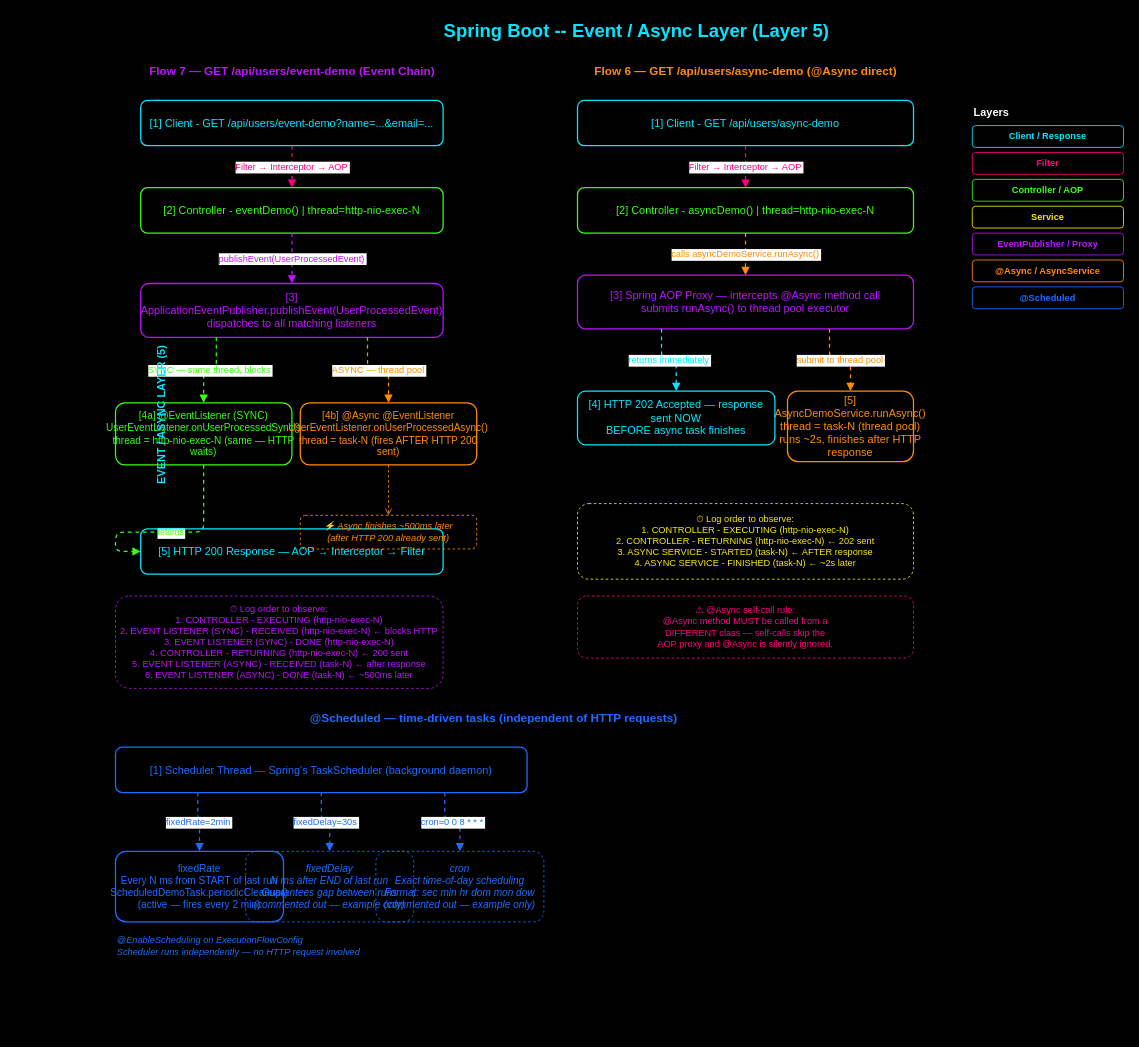
The draw.io diagram page "Event / Async Layer (Layer 5)" (3 of 3) of drawio/spring-boot-neon-flow.drawio in Logi2110/Springboot-Flow, before the edit. Source tidied: cells renumbered, new cells numbered last; positions are measured from the earlier drawing's top-left corner, leaving out a move shared by most shapes. Both pictures are drawn from the tidied source at 84%, with x=0, y=0 at pixel (76, 14).
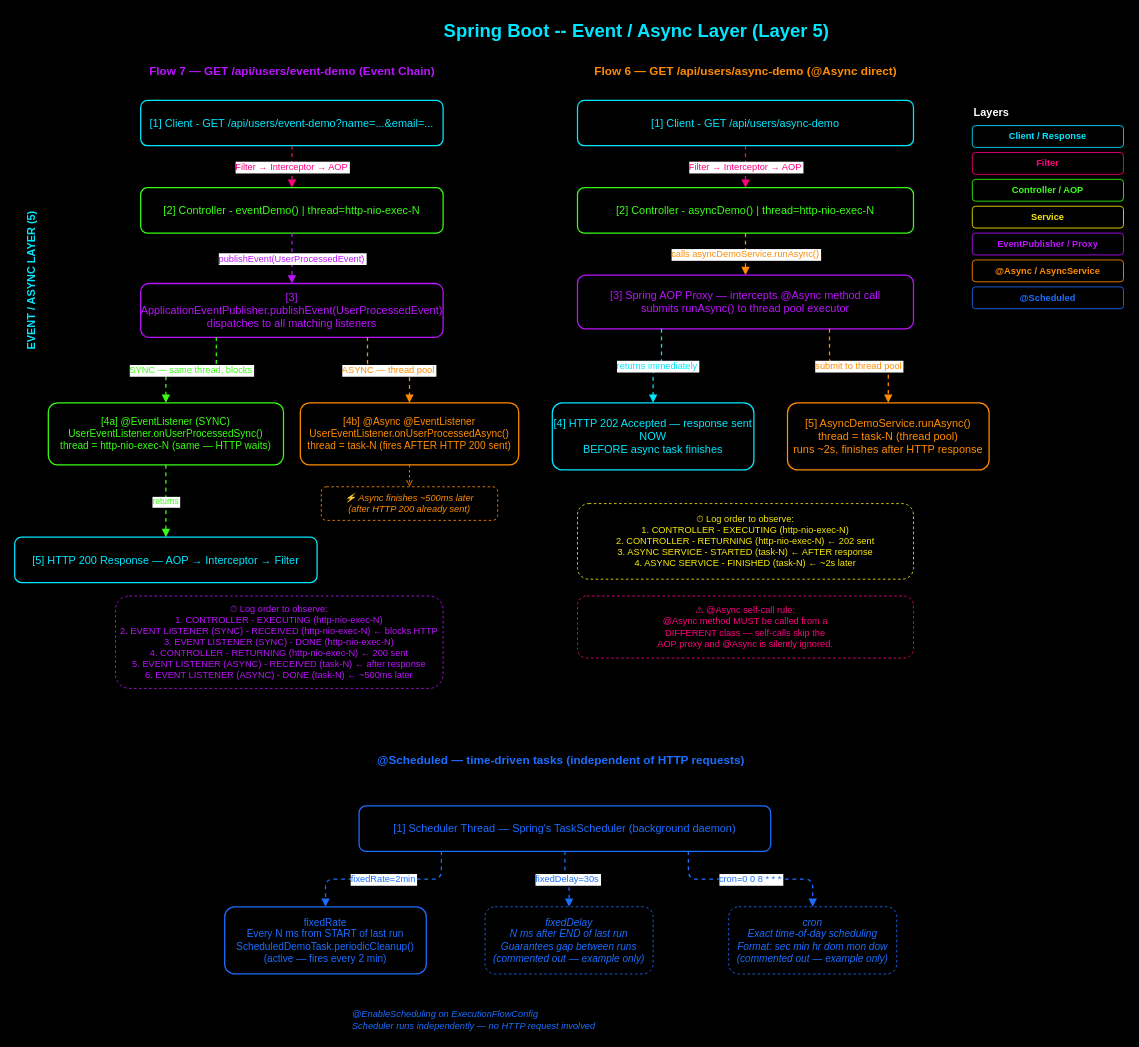
The same page after the edit.

Change to the diagram source:
```diff
@@
     <mxCell id="11" value="[4a] @EventListener (SYNC)&#10;UserEventListener.onUserProcessedSync()&#10;thread = http-nio-exec-N (same — HTTP waits)" style="rounded=1;whiteSpace=wrap;html=1;fillColor=none;strokeColor=#39FF14;strokeWidth=1.5;fontColor=#39FF14;fontStyle=0;fontSize=12;shadow=0;" parent="1" vertex="1">
-      <mxGeometry x="46" y="462" width="210" height="74" as="geometry" />
+      <mxGeometry x="-34" y="462" width="280" height="74" as="geometry" />
     </mxCell>
     <mxCell id="12" value="[4b] @Async @EventListener&#10;UserEventListener.onUserProcessedAsync()&#10;thread = task-N  (fires AFTER HTTP 200 sent)" style="rounded=1;whiteSpace=wrap;html=1;fillColor=none;strokeColor=#FF8C00;strokeWidth=1.5;fontColor=#FF8C00;fontStyle=0;fontSize=12;shadow=0;" parent="1" vertex="1">
-      <mxGeometry x="266" y="462" width="210" height="74" as="geometry" />
+      <mxGeometry x="266" y="462" width="260" height="74" as="geometry" />
     </mxCell>
+    <mxCell id="15" value="⚡ Async finishes ~500ms later&#10;(after HTTP 200 already sent)" style="rounded=1;whiteSpace=wrap;html=1;fillColor=none;strokeColor=#FF8C00;strokeWidth=1;fontColor=#FF8C00;fontStyle=2;fontSize=11;shadow=0;dashed=1;" parent="1" vertex="1">
+      <mxGeometry x="291" y="562" width="210" height="40" as="geometry" />
+    </mxCell>
+    <mxCell id="16" style="edgeStyle=orthogonalEdgeStyle;strokeColor=#FF8C00;strokeWidth=1;dashed=1;endArrow=open;endFill=0;" parent="1" edge="1" source="12" target="15">
+      <mxGeometry relative="1" as="geometry" />
+    </mxCell>
-    <mxCell id="13" value="returns" style="edgeStyle=orthogonalEdgeStyle;rounded=1;exitX=0.5;exitY=1;entryX=0;entryY=0.5;strokeColor=#39FF14;strokeWidth=1.5;fontColor=#39FF14;fontStyle=0;fontSize=10;shadow=0;dashed=1;endArrow=block;endFill=1;flowAnimation=1;" parent="1" edge="1" source="11" target="14">
+    <mxCell id="13" value="returns" style="edgeStyle=orthogonalEdgeStyle;rounded=1;exitX=0.5;exitY=1;entryX=0.5;entryY=0;strokeColor=#39FF14;strokeWidth=1.5;fontColor=#39FF14;fontStyle=0;fontSize=10;shadow=0;dashed=1;endArrow=block;endFill=1;flowAnimation=1;entryDx=0;entryDy=0;" parent="1" edge="1" source="11" target="14">
       <mxGeometry relative="1" as="geometry">
         <Array as="points">
-          <mxPoint x="151" y="616" />
-          <mxPoint x="46" y="616" />
-          <mxPoint x="46" y="639" />
+          <mxPoint x="106" y="602" />
+          <mxPoint x="106" y="602" />
         </Array>
       </mxGeometry>
     </mxCell>
     <mxCell id="14" value="[5] HTTP 200 Response — AOP → Interceptor → Filter" style="rounded=1;whiteSpace=wrap;html=1;fillColor=none;strokeColor=#00E7FF;strokeWidth=1.5;fontColor=#00E7FF;fontStyle=0;fontSize=13;shadow=0;" parent="1" vertex="1">
-      <mxGeometry x="76" y="612" width="360" height="54" as="geometry" />
+      <mxGeometry x="-74" y="622" width="360" height="54" as="geometry" />
     </mxCell>
-    <mxCell id="15" value="⚡ Async finishes ~500ms later&#10;(after HTTP 200 already sent)" style="rounded=1;whiteSpace=wrap;html=1;fillColor=none;strokeColor=#FF8C00;strokeWidth=1;fontColor=#FF8C00;fontStyle=2;fontSize=11;shadow=0;dashed=1;" parent="1" vertex="1">
-      <mxGeometry x="266" y="596" width="210" height="40" as="geometry" />
-    </mxCell>
-    <mxCell id="16" style="edgeStyle=orthogonalEdgeStyle;strokeColor=#FF8C00;strokeWidth=1;dashed=1;endArrow=open;endFill=0;" parent="1" edge="1" source="12" target="15">
-      <mxGeometry relative="1" as="geometry" />
-    </mxCell>
@@
     <mxCell id="26" value="[4] HTTP 202 Accepted — response sent NOW&#10;BEFORE async task finishes" style="rounded=1;whiteSpace=wrap;html=1;fillColor=none;strokeColor=#00E7FF;strokeWidth=1.5;fontColor=#00E7FF;fontStyle=0;fontSize=13;shadow=0;" parent="1" vertex="1">
-      <mxGeometry x="596" y="448" width="235" height="64" as="geometry" />
+      <mxGeometry x="566" y="462" width="240" height="80" as="geometry" />
     </mxCell>
     <mxCell id="27" value="[5] AsyncDemoService.runAsync()&#10;thread = task-N (thread pool)&#10;runs ~2s, finishes after HTTP response" style="rounded=1;whiteSpace=wrap;html=1;fillColor=none;strokeColor=#FF8C00;strokeWidth=1.5;fontColor=#FF8C00;fontStyle=0;fontSize=13;shadow=0;" parent="1" vertex="1">
-      <mxGeometry x="846" y="448" width="150" height="84" as="geometry" />
+      <mxGeometry x="846" y="462" width="240" height="80" as="geometry" />
     </mxCell>
@@
     <mxCell id="30" value="@Scheduled — time-driven tasks (independent of HTTP requests)" style="text;html=1;align=center;verticalAlign=middle;strokeColor=none;fillColor=none;fontColor=#1B6EFF;fontStyle=1;fontSize=14;shadow=0;" parent="1" vertex="1">
-      <mxGeometry x="46" y="822" width="900" height="30" as="geometry" />
+      <mxGeometry x="126" y="872" width="900" height="30" as="geometry" />
     </mxCell>
     <mxCell id="31" value="[1] Scheduler Thread — Spring's TaskScheduler (background daemon)" style="rounded=1;whiteSpace=wrap;html=1;fillColor=none;strokeColor=#1B6EFF;strokeWidth=1.5;fontColor=#1B6EFF;fontStyle=0;fontSize=13;shadow=0;" parent="1" vertex="1">
-      <mxGeometry x="46" y="872" width="490" height="54" as="geometry" />
+      <mxGeometry x="336" y="942" width="490" height="54" as="geometry" />
     </mxCell>
@@
     <mxCell id="35" value="fixedRate&#10;Every N ms from START of last run&#10;ScheduledDemoTask.periodicCleanup()&#10;(active — fires every 2 min)" style="rounded=1;whiteSpace=wrap;html=1;fillColor=none;strokeColor=#1B6EFF;strokeWidth=1.5;fontColor=#1B6EFF;fontStyle=0;fontSize=12;shadow=0;" parent="1" vertex="1">
-      <mxGeometry x="46" y="996" width="200" height="84" as="geometry" />
+      <mxGeometry x="176" y="1062" width="240" height="80" as="geometry" />
     </mxCell>
     <mxCell id="36" value="fixedDelay&#10;N ms after END of last run&#10;Guarantees gap between runs&#10;(commented out — example only)" style="rounded=1;whiteSpace=wrap;html=1;fillColor=none;strokeColor=#1B6EFF;strokeWidth=1;fontColor=#1B6EFF;fontStyle=2;fontSize=12;shadow=0;dashed=1;" parent="1" vertex="1">
-      <mxGeometry x="201" y="996" width="200" height="84" as="geometry" />
+      <mxGeometry x="486" y="1062" width="200" height="80" as="geometry" />
     </mxCell>
     <mxCell id="37" value="cron&#10;Exact time-of-day scheduling&#10;Format: sec min hr dom mon dow&#10;(commented out — example only)" style="rounded=1;whiteSpace=wrap;html=1;fillColor=none;strokeColor=#1B6EFF;strokeWidth=1;fontColor=#1B6EFF;fontStyle=2;fontSize=12;shadow=0;dashed=1;" parent="1" vertex="1">
-      <mxGeometry x="356" y="996" width="200" height="84" as="geometry" />
+      <mxGeometry x="776" y="1062" width="200" height="80" as="geometry" />
     </mxCell>
     <mxCell id="38" value="@EnableScheduling on ExecutionFlowConfig&#10;Scheduler runs independently — no HTTP request involved" style="text;html=1;align=left;verticalAlign=middle;strokeColor=none;fillColor=none;fontColor=#1B6EFF;fontStyle=2;fontSize=11;" parent="1" vertex="1">
-      <mxGeometry x="46" y="1094" width="520" height="30" as="geometry" />
+      <mxGeometry x="326" y="1182" width="520" height="30" as="geometry" />
     </mxCell>
@@
     <mxCell id="47" value="EVENT / ASYNC LAYER (5)" style="text;html=1;align=center;verticalAlign=middle;fontColor=#00E7FF;fontStyle=1;fontSize=13;rotation=-90;strokeColor=none;fillColor=none;" parent="1" vertex="1">
-      <mxGeometry y="462" width="200" height="30" as="geometry" />
+      <mxGeometry x="-154" y="302" width="200" height="30" as="geometry" />
     </mxCell>
```
